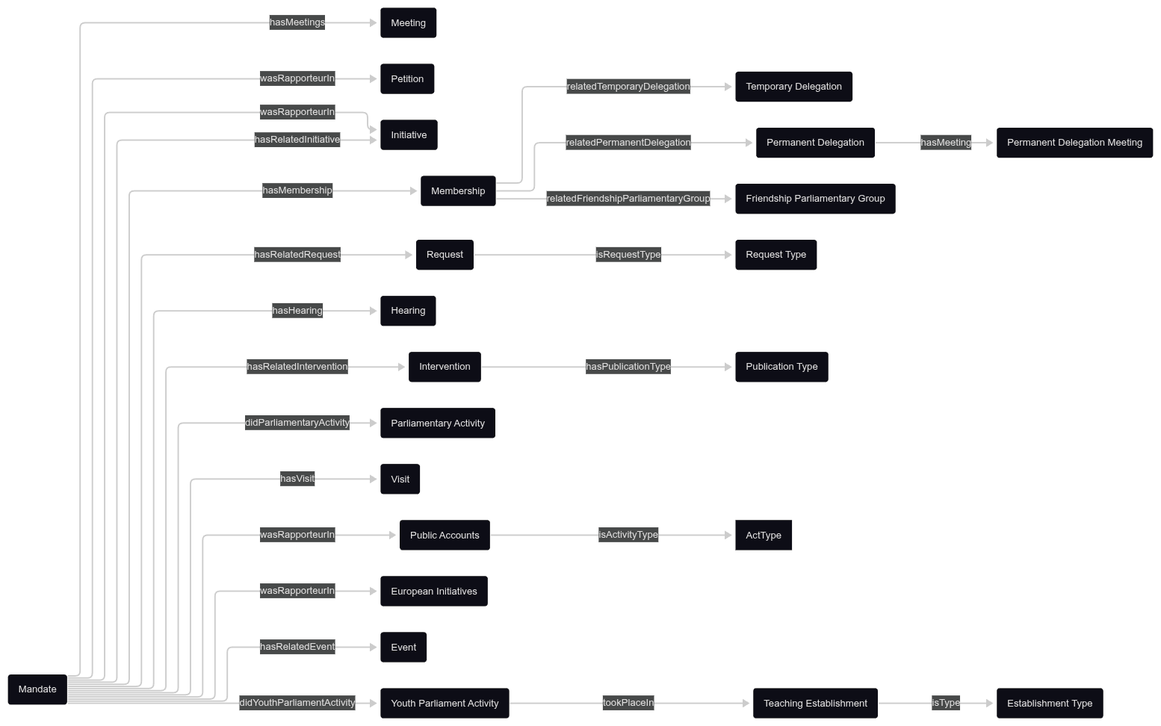
politrackpt/ontologies keeps this Mermaid diagram as OpenDataGOV-AP/DataModel/mp-activity/mp-activity.png. Above is the earlier version. Its source is kept beside it as OpenDataGOV-AP/DataModel/mp-activity/mp-activity.mermaid.
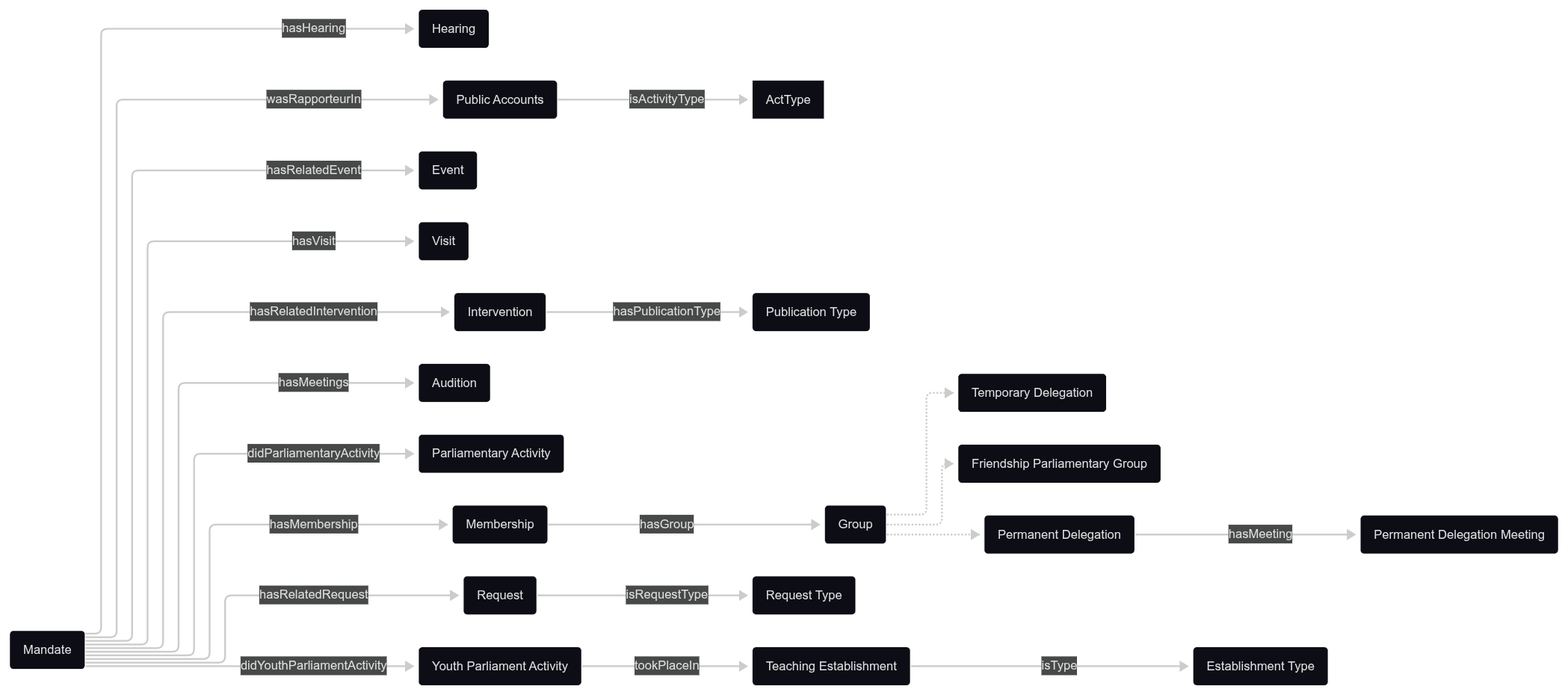
The same diagram one commit later.

Commit message:
AP: update mp-activity to show Group

Diff of the diagram source:
```diff
@@ -4,18 +4,16 @@
 ---
 flowchart LR
     Mandate("Mandate")
-    Ini("Initiative")
     Req("Request")
     reqtype("Request Type")
     Interv("Intervention")
     PubType("Publication Type")
     PAct("Parliamentary Activity")
-    Pet("Petition")
     PE("Public Accounts")
-    EUINI("European Initiatives")
     Event("Event")
     Visit("Visit")
-    Meet("Meeting")
+    Meet("Audition")
+    Group("Group")
     Hear("Hearing")
     YPA("Youth Parliament Activity")
     TeaEs("Teaching Establishment")
@@ -26,13 +24,12 @@
     FPG("Friendship Parliamentary Group")
     DelPM("Permanent Delegation Meeting")
 
-    Mandate -- hasRelatedInitiative --> Ini
     Mandate -- hasRelatedRequest --> Req
     Req -- isRequestType --> reqtype
     Mandate -- hasRelatedIntervention --> Interv
     Interv -- hasPublicationType  --> PubType
     Mandate -- didParliamentaryActivity --> PAct
-    Mandate -- wasRapporteurIn --> Ini & Pet & PE & EUINI
+    Mandate -- wasRapporteurIn --> PE
     PE -- isActivityType --> ActType
     Mandate -- hasRelatedEvent --> Event
     Mandate -- hasVisit --> Visit
@@ -42,7 +39,8 @@
     YPA -- tookPlaceIn --> TeaEs
     TeaEs -- isType --> EsType
     Mandate -- hasMembership --> Mem
-    Mem -- relatedTemporaryDelegation --> DelE
-    Mem -- relatedPermanentDelegation --> DelP
-    Mem -- relatedFriendshipParliamentaryGroup --> FPG
     DelP -- hasMeeting --> DelPM
+    Mem -- hasGroup --> Group
+    Group -.-> FPG
+    Group -.-> DelE
+    Group -.-> DelP
```
